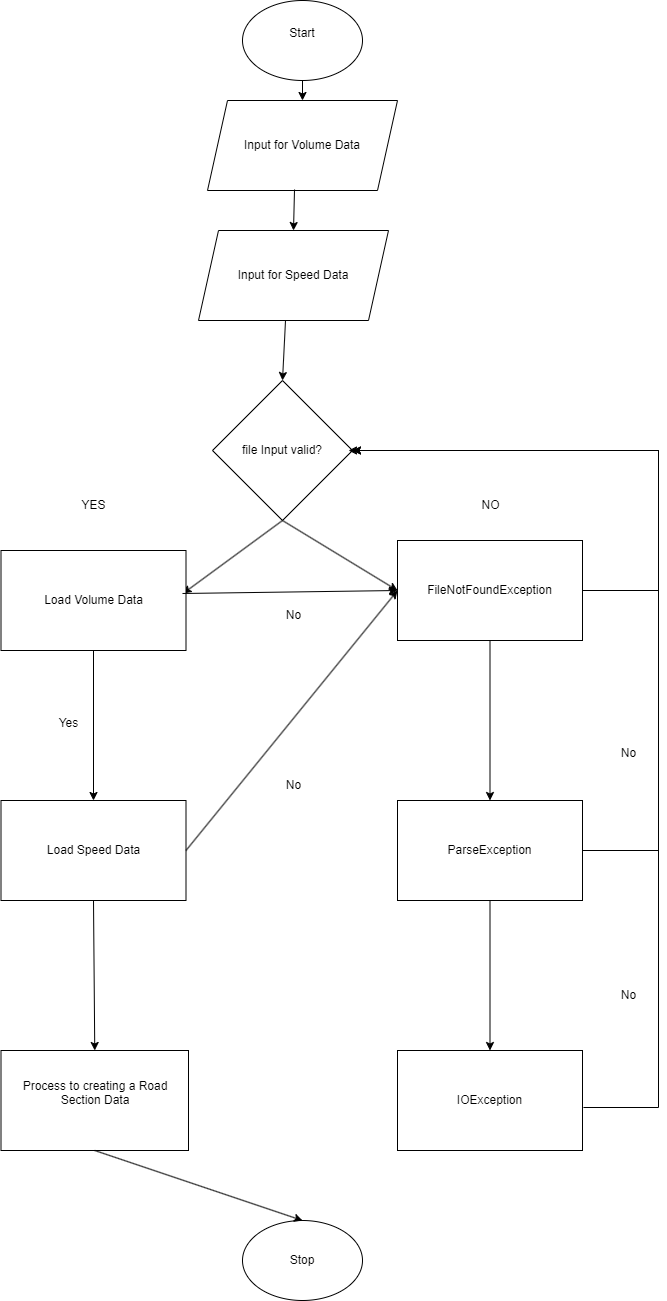
Above: Flowchart.png in Nack2544/Project2 (draw.io), before the change. Source tidied: cells renumbered, new cells last; positions are measured from the earlier drawing's top-left corner, leaving out a move shared by most shapes.
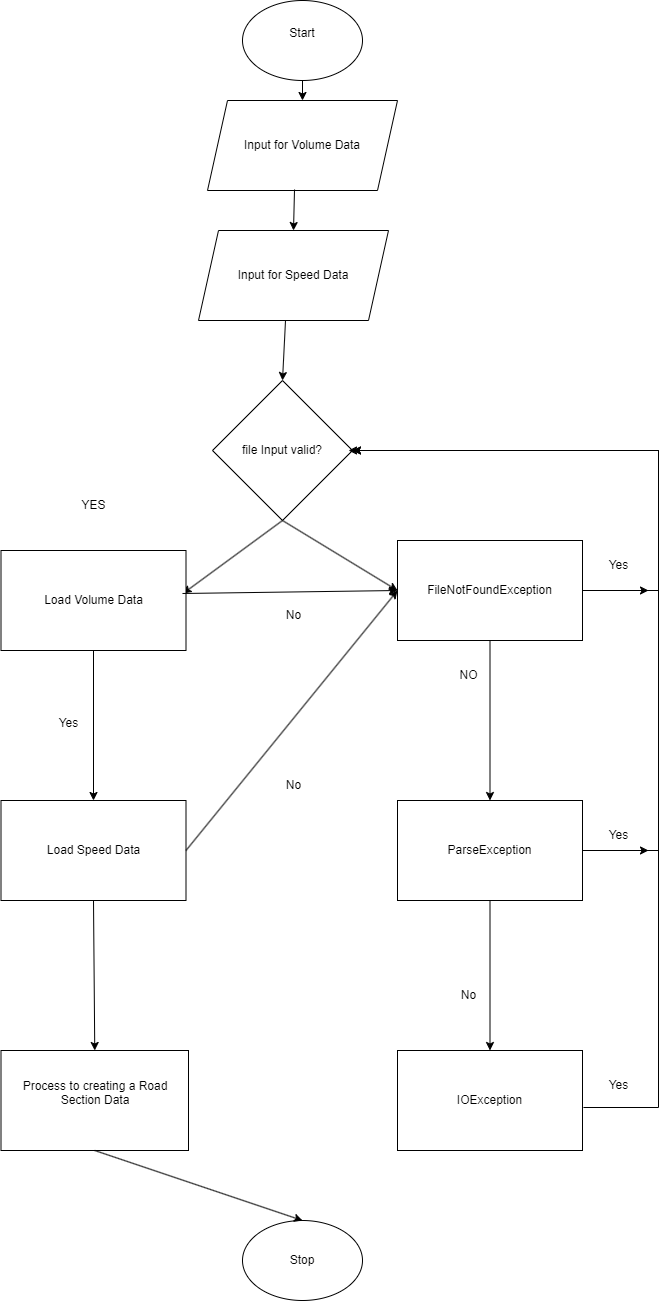
After the change.

Diff of the diagram source:
```diff
@@ -42,7 +42,7 @@
       <mxGeometry x="0.5" y="550" width="185" height="100" as="geometry" />
     </mxCell>
     <mxCell id="15" value="NO" style="text;html=1;align=center;verticalAlign=middle;strokeColor=none;fillColor=none;" parent="1" vertex="1">
-      <mxGeometry x="469.5" y="490" width="40" height="30" as="geometry" />
+      <mxGeometry x="448" y="660" width="40" height="30" as="geometry" />
     </mxCell>
     <mxCell id="16" value="&lt;div&gt;Stop&lt;/div&gt;" style="ellipse;whiteSpace=wrap;html=1;" parent="1" vertex="1">
       <mxGeometry x="242" y="1220" width="120" height="80" as="geometry" />
@@ -112,11 +112,27 @@
     <mxCell id="32" value="No" style="text;html=1;align=center;verticalAlign=middle;strokeColor=none;fillColor=none;" parent="1" vertex="1">
       <mxGeometry x="273" y="600" width="40" height="30" as="geometry" />
     </mxCell>
+    <mxCell id="34" value="Yes" style="text;html=1;align=center;verticalAlign=middle;strokeColor=none;fillColor=none;" parent="1" vertex="1">
+      <mxGeometry x="598" y="1070" width="40" height="30" as="geometry" />
+    </mxCell>
+    <mxCell id="35" style="endArrow=classic;html=1;rounded=0;exitX=1;exitY=0.5;exitDx=0;exitDy=0;" parent="1" edge="1" source="11">
+      <mxGeometry relative="1" as="geometry">
+        <mxPoint x="648" y="590" as="targetPoint" />
+      </mxGeometry>
+    </mxCell>
+    <mxCell id="36" value="Yes" style="text;html=1;align=center;verticalAlign=middle;strokeColor=none;fillColor=none;" parent="1" vertex="1">
+      <mxGeometry x="598" y="820" width="40" height="30" as="geometry" />
+    </mxCell>
     <mxCell id="33" value="No" style="text;html=1;align=center;verticalAlign=middle;strokeColor=none;fillColor=none;" parent="1" vertex="1">
-      <mxGeometry x="608" y="738" width="40" height="30" as="geometry" />
+      <mxGeometry x="448" y="980" width="40" height="30" as="geometry" />
     </mxCell>
-    <mxCell id="34" value="No" style="text;html=1;align=center;verticalAlign=middle;strokeColor=none;fillColor=none;" parent="1" vertex="1">
-      <mxGeometry x="608" y="980" width="40" height="30" as="geometry" />
-    </mxCell>
+    <mxCell id="37" value="Yes" style="text;html=1;align=center;verticalAlign=middle;strokeColor=none;fillColor=none;" parent="1" vertex="1">
+      <mxGeometry x="598" y="550" width="40" height="30" as="geometry" />
+    </mxCell>
+    <mxCell id="38" style="endArrow=classic;html=1;rounded=0;exitX=1;exitY=0.5;exitDx=0;exitDy=0;" parent="1" edge="1" source="12">
+      <mxGeometry relative="1" as="geometry">
+        <mxPoint x="648" y="850" as="targetPoint" />
+      </mxGeometry>
+    </mxCell>
   </root>
 </mxGraphModel>
```
